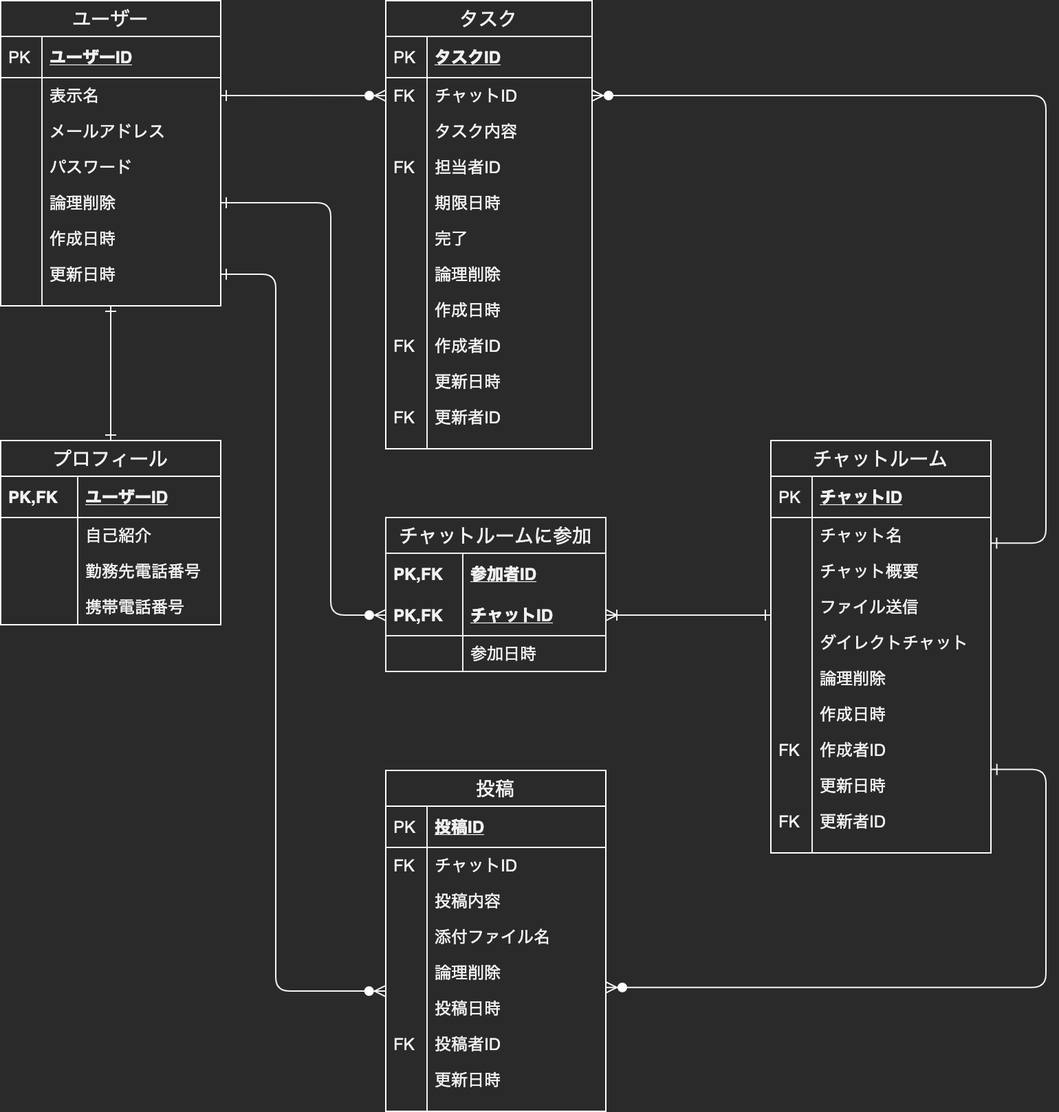
Earlier version of the draw.io export db/db-challenge1/erd.png (M9k21/quelcode-db). Source tidied: cells renumbered, new cells last; positions are measured from the earlier drawing's top-left corner, leaving out a move shared by most shapes.
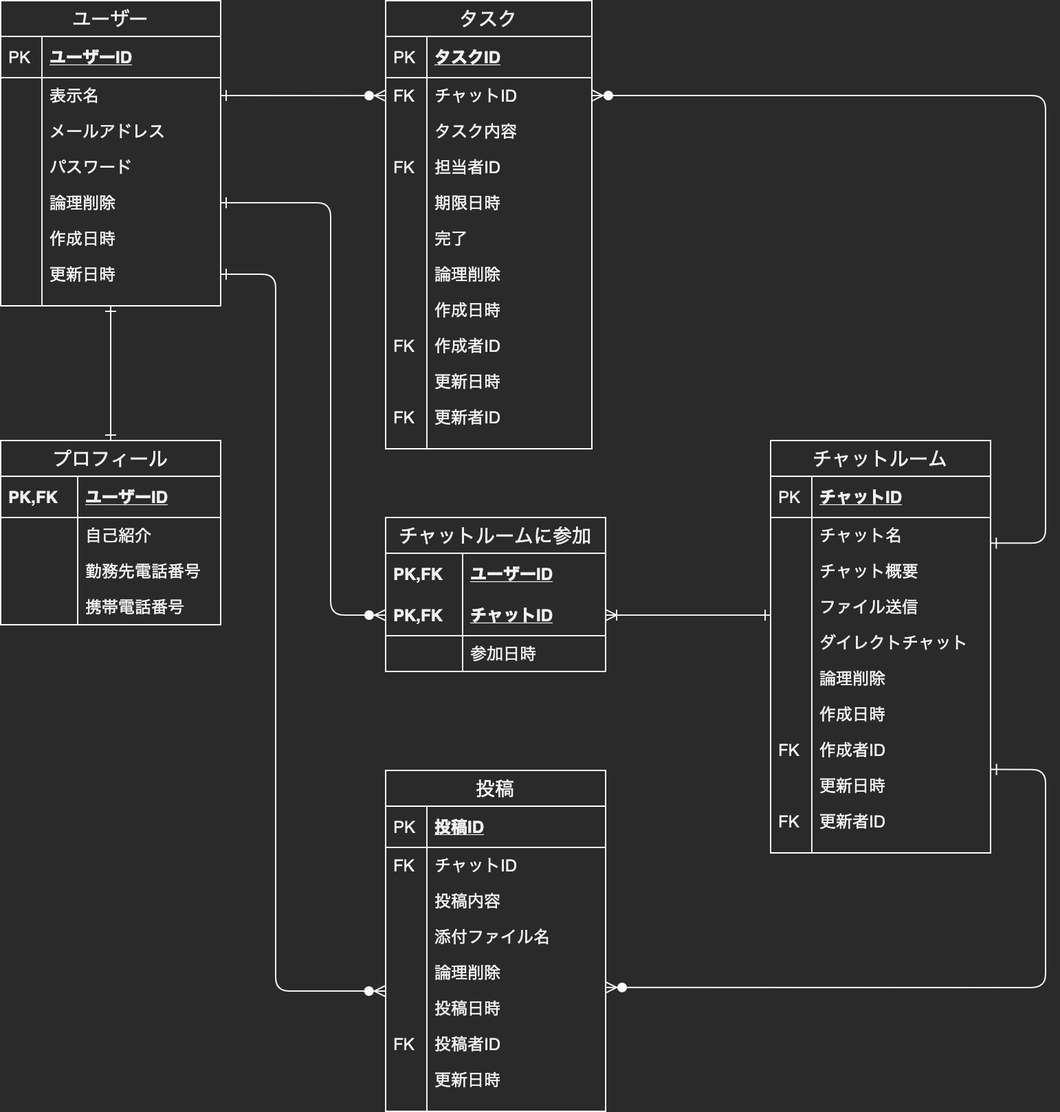
After the commit.

Commit message:
update チャットルームに参加テーブルの修正

参加者IDをユーザーIDに修正

Change to the diagram source:
```diff
@@ -254,7 +254,7 @@
     <mxCell id="77" value="チャットルームに参加" style="swimlane;fontStyle=0;horizontal=1;startSize=26;align=center;fontSize=14;" parent="1" vertex="1">
       <mxGeometry x="280" y="376" width="160" height="112" as="geometry" />
     </mxCell>
-    <mxCell id="78" value="参加者ID" style="shape=partialRectangle;top=0;left=0;right=0;bottom=0;align=left;verticalAlign=middle;fillColor=none;spacingLeft=60;spacingRight=4;overflow=hidden;fontStyle=5;fontSize=12;" parent="77" vertex="1">
+    <mxCell id="78" value="ユーザーID" style="shape=partialRectangle;top=0;left=0;right=0;bottom=0;align=left;verticalAlign=middle;fillColor=none;spacingLeft=60;spacingRight=4;overflow=hidden;fontStyle=5;fontSize=12;" parent="77" vertex="1">
       <mxGeometry y="26" width="160" height="30" as="geometry" />
     </mxCell>
     <mxCell id="79" value="PK,FK" style="shape=partialRectangle;fontStyle=1;top=0;left=0;bottom=0;fillColor=none;align=left;verticalAlign=middle;spacingLeft=4;spacingRight=4;overflow=hidden;fontSize=12;" parent="78" vertex="1">
```
